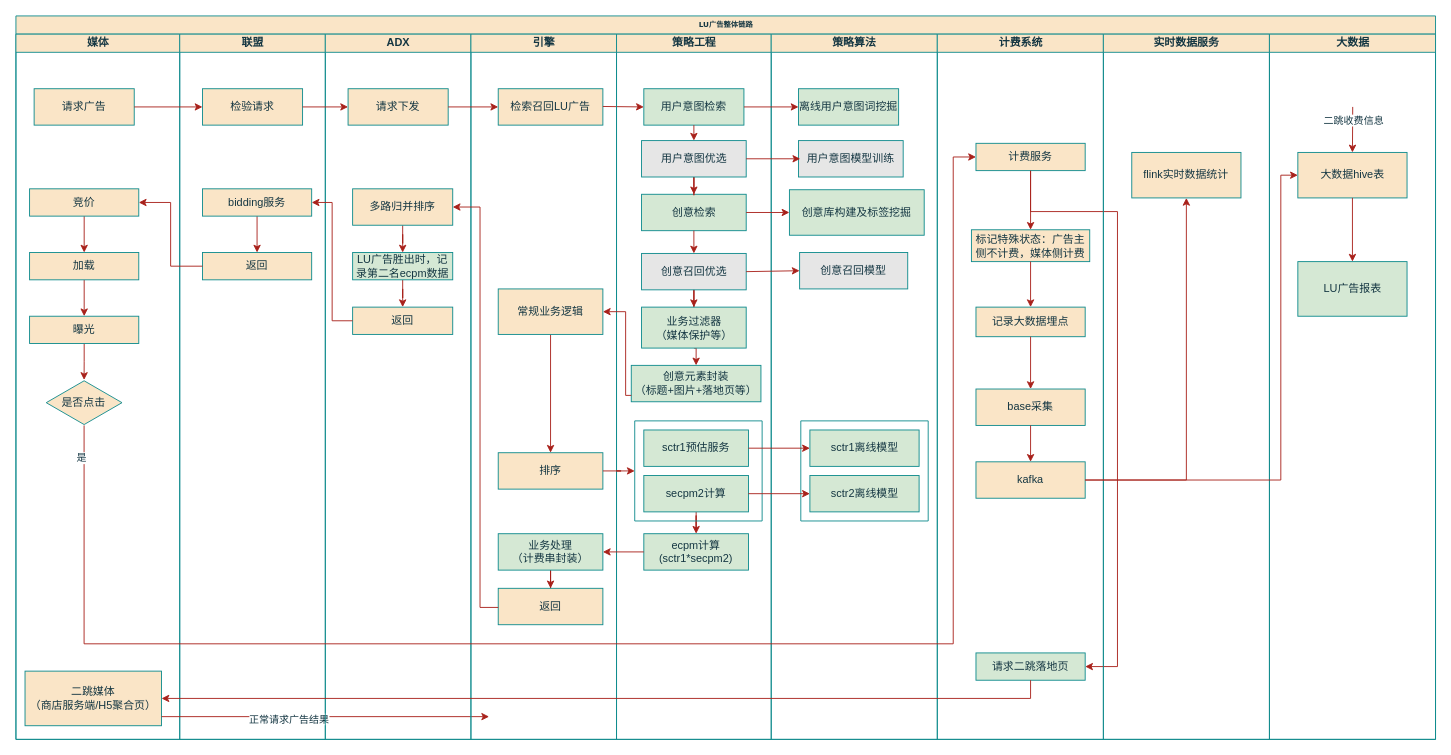
The draw.io diagram 未命名绘图.drawio in sszhaoGit/colab_test, before the edit. Source tidied: cells renumbered, new cells numbered last; positions are measured from the earlier drawing's top-left corner, leaving out a move shared by most shapes. Both pictures are drawn from the tidied source at 91%, with x=0, y=0 at pixel (15, 15).
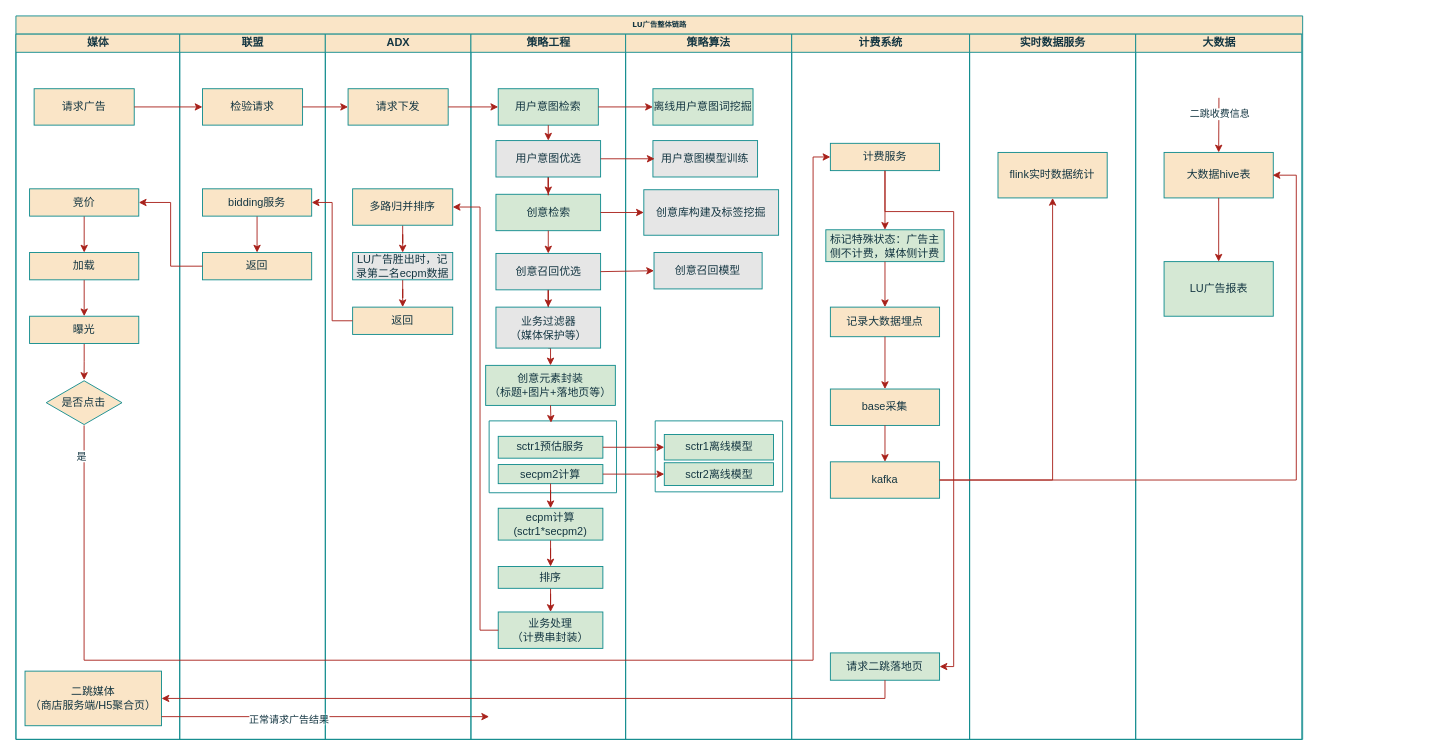
Above is the later version.

The change refers to these unchanged cells:
```xml
<mxCell id="11" value="是否点击" style="html=1;whiteSpace=wrap;shape=isoRectangle;fillColor=#FAE5C7;strokeColor=#0F8B8D;fontColor=#143642;" parent="3" vertex="1">
  <mxGeometry x="33.3" y="380" width="83.3" height="50" as="geometry" />
</mxCell>
<mxCell id="12" value="二跳媒体&lt;br&gt;（商店服务端/H5聚合页）" style="whiteSpace=wrap;html=1;rounded=0;fillColor=#FAE5C7;strokeColor=#0F8B8D;fontColor=#143642;" parent="3" vertex="1">
  <mxGeometry x="10" y="700" width="150" height="60" as="geometry" />
</mxCell>
<mxCell id="20" value="ADX" style="swimlane;html=1;startSize=20;fillColor=#FAE5C7;strokeColor=#0F8B8D;fontColor=#143642;" parent="2" vertex="1">
  <mxGeometry x="340" y="20" width="160" height="775" as="geometry" />
</mxCell>
<mxCell id="21" value="请求下发" style="rounded=0;whiteSpace=wrap;html=1;fillColor=#FAE5C7;strokeColor=#0F8B8D;fontColor=#143642;" parent="20" vertex="1">
  <mxGeometry x="25" y="60" width="110" height="40" as="geometry" />
</mxCell>
<mxCell id="23" value="多路归并排序" style="rounded=0;whiteSpace=wrap;html=1;fillColor=#FAE5C7;strokeColor=#0F8B8D;fontColor=#143642;" parent="20" vertex="1">
  <mxGeometry x="30" y="170" width="110" height="40" as="geometry" />
</mxCell>
<mxCell id="37" value="用户意图检索" style="rounded=0;whiteSpace=wrap;html=1;fillColor=#D5E8D4;strokeColor=#0F8B8D;fontColor=#143642;" parent="36" vertex="1">
  <mxGeometry x="30" y="60" width="110" height="40" as="geometry" />
</mxCell>
<mxCell id="63" value="请求二跳落地页" style="whiteSpace=wrap;html=1;rounded=0;fillColor=#D5E8D4;strokeColor=#0F8B8D;fontColor=#143642;" parent="59" vertex="1">
  <mxGeometry x="42.5" y="680" width="120" height="30" as="geometry" />
</mxCell>
<mxCell id="65" value="计费服务" style="whiteSpace=wrap;html=1;rounded=0;fillColor=#FAE5C7;strokeColor=#0F8B8D;fontColor=#143642;" parent="59" vertex="1">
  <mxGeometry x="42.5" y="120" width="120" height="30" as="geometry" />
</mxCell>
<mxCell id="67" value="kafka" style="whiteSpace=wrap;html=1;rounded=0;fillColor=#FAE5C7;strokeColor=#0F8B8D;fontColor=#143642;" parent="59" vertex="1">
  <mxGeometry x="42.5" y="470" width="120" height="40" as="geometry" />
</mxCell>
<mxCell id="88" value="大数据hive表" style="whiteSpace=wrap;html=1;rounded=0;fillColor=#FAE5C7;strokeColor=#0F8B8D;fontColor=#143642;" parent="87" vertex="1">
  <mxGeometry x="31.2" y="130" width="120" height="50" as="geometry" />
</mxCell>
```

Change to the diagram source:
```diff
@@
     <mxCell id="2" value="LU广告整体链路" style="swimlane;html=1;startSize=20;rounded=0;shadow=0;labelBackgroundColor=none;strokeWidth=1;fontFamily=Verdana;fontSize=8;align=center;fillStyle=auto;swimlaneFillColor=default;fillColor=#FAE5C7;strokeColor=#0F8B8D;fontColor=#143642;" parent="1" vertex="1">
-      <mxGeometry width="1560" height="795" as="geometry" />
+      <mxGeometry width="1414" height="795" as="geometry" />
     </mxCell>
@@
-    <mxCell id="25" value="LU广告胜出时，记录第二名ecpm数据" style="whiteSpace=wrap;html=1;rounded=0;fillColor=#D5E8D4;strokeColor=#0F8B8D;fontColor=#143642;" parent="20" vertex="1">
+    <mxCell id="25" value="LU广告胜出时，记录第二名ecpm数据" style="whiteSpace=wrap;html=1;rounded=0;fillColor=#E6E6E6;strokeColor=#0F8B8D;fontColor=#143642;" parent="20" vertex="1">
       <mxGeometry x="30" y="240" width="110" height="30" as="geometry" />
     </mxCell>
@@
-    <mxCell id="27" value="引擎" style="swimlane;html=1;startSize=20;fillColor=#FAE5C7;strokeColor=#0F8B8D;fontColor=#143642;" parent="2" vertex="1">
-      <mxGeometry x="500" y="20" width="160" height="775" as="geometry" />
-    </mxCell>
-    <mxCell id="28" style="edgeStyle=orthogonalEdgeStyle;rounded=0;jettySize=auto;html=1;entryX=0.5;entryY=0;entryDx=0;entryDy=0;labelBackgroundColor=#DAD2D8;strokeColor=#A8201A;fontColor=#143642;" parent="27" edge="1" source="29" target="31">
-      <mxGeometry relative="1" as="geometry" />
-    </mxCell>
-    <mxCell id="29" value="常规业务逻辑" style="whiteSpace=wrap;html=1;rounded=0;fillColor=#FAE5C7;strokeColor=#0F8B8D;fontColor=#143642;" parent="27" vertex="1">
-      <mxGeometry x="30" y="280" width="115" height="50" as="geometry" />
-    </mxCell>
-    <mxCell id="30" value="检索召回LU广告" style="whiteSpace=wrap;html=1;rounded=0;fillColor=#FAE5C7;strokeColor=#0F8B8D;fontColor=#143642;" parent="27" vertex="1">
-      <mxGeometry x="30" y="60" width="115" height="40" as="geometry" />
-    </mxCell>
-    <mxCell id="31" value="排序" style="whiteSpace=wrap;html=1;rounded=0;fillColor=#FAE5C7;strokeColor=#0F8B8D;fontColor=#143642;" parent="27" vertex="1">
-      <mxGeometry x="30" y="460" width="115" height="40" as="geometry" />
-    </mxCell>
-    <mxCell id="32" style="endArrow=classic;html=1;rounded=0;exitX=1;exitY=0.5;exitDx=0;exitDy=0;entryX=0;entryY=0.5;entryDx=0;entryDy=0;labelBackgroundColor=#DAD2D8;strokeColor=#A8201A;fontColor=#143642;" parent="27" edge="1" target="37">
-      <mxGeometry relative="1" as="geometry">
-        <mxPoint x="145" y="79.5" as="sourcePoint" />
-      </mxGeometry>
-    </mxCell>
-    <mxCell id="33" style="edgeStyle=orthogonalEdgeStyle;rounded=0;jettySize=auto;html=1;labelBackgroundColor=#DAD2D8;strokeColor=#A8201A;fontColor=#143642;" parent="27" edge="1" source="34" target="35">
-      <mxGeometry relative="1" as="geometry" />
-    </mxCell>
-    <mxCell id="34" value="业务处理&lt;br&gt;（计费串封装）" style="whiteSpace=wrap;html=1;rounded=0;fillColor=#D5E8D4;strokeColor=#0F8B8D;fontColor=#143642;" parent="27" vertex="1">
-      <mxGeometry x="30" y="549" width="115" height="40" as="geometry" />
-    </mxCell>
-    <mxCell id="35" value="返回" style="whiteSpace=wrap;html=1;rounded=0;fillColor=#FAE5C7;strokeColor=#0F8B8D;fontColor=#143642;" parent="27" vertex="1">
-      <mxGeometry x="30" y="609" width="115" height="40" as="geometry" />
-    </mxCell>
     <mxCell id="36" value="策略工程" style="swimlane;html=1;startSize=20;fillColor=#FAE5C7;strokeColor=#0F8B8D;fontColor=#143642;" parent="2" vertex="1">
-      <mxGeometry x="660" y="20" width="170" height="775" as="geometry" />
+      <mxGeometry x="500" y="20" width="170" height="775" as="geometry" />
     </mxCell>
@@
     <mxCell id="43" value="创意元素封装&lt;br&gt;（标题+图片+落地页等）" style="whiteSpace=wrap;html=1;rounded=0;fillColor=#D5E8D4;strokeColor=#0F8B8D;fontColor=#143642;" parent="36" vertex="1">
-      <mxGeometry x="16.2" y="364" width="142.5" height="40" as="geometry" />
+      <mxGeometry x="16.2" y="364" width="142.5" height="44" as="geometry" />
     </mxCell>
-    <mxCell id="44" style="edgeStyle=orthogonalEdgeStyle;rounded=0;jettySize=auto;html=1;entryX=0.5;entryY=0;entryDx=0;entryDy=0;labelBackgroundColor=#DAD2D8;strokeColor=#A8201A;fontColor=#143642;" parent="36" edge="1" source="45" target="46">
-      <mxGeometry relative="1" as="geometry" />
-    </mxCell>
-    <mxCell id="45" value="secpm2计算" style="whiteSpace=wrap;html=1;rounded=0;fillColor=#D5E8D4;strokeColor=#0F8B8D;fontColor=#143642;" parent="36" vertex="1">
-      <mxGeometry x="30" y="485" width="115" height="40" as="geometry" />
-    </mxCell>
+    <mxCell id="101" style="edgeStyle=orthogonalEdgeStyle;rounded=0;jettySize=auto;html=1;entryX=0.5;entryY=0;entryDx=0;entryDy=0;strokeColor=#A8201A;fontColor=#143642;fillColor=#FAE5C7;" parent="36" edge="1" source="46" target="31">
+      <mxGeometry relative="1" as="geometry" />
+    </mxCell>
     <mxCell id="46" value="ecpm计算&lt;br&gt;(sctr1*secpm2)" style="whiteSpace=wrap;html=1;rounded=0;fillColor=#D5E8D4;strokeColor=#0F8B8D;fontColor=#143642;" parent="36" vertex="1">
-      <mxGeometry x="30" y="549" width="115" height="40" as="geometry" />
+      <mxGeometry x="30" y="521" width="115" height="35" as="geometry" />
     </mxCell>
     <mxCell id="47" value="sctr1预估服务" style="whiteSpace=wrap;html=1;rounded=0;fillColor=#D5E8D4;strokeColor=#0F8B8D;fontColor=#143642;" parent="36" vertex="1">
-      <mxGeometry x="30" y="435" width="115" height="40" as="geometry" />
+      <mxGeometry x="30" y="442" width="115" height="24" as="geometry" />
     </mxCell>
@@
-    <mxCell id="51" value="业务过滤器&lt;br&gt;（媒体保护等）" style="whiteSpace=wrap;html=1;rounded=0;fillColor=#D5E8D4;strokeColor=#0F8B8D;fontColor=#143642;" parent="36" vertex="1">
+    <mxCell id="51" value="业务过滤器&lt;br&gt;（媒体保护等）" style="whiteSpace=wrap;html=1;rounded=0;fillColor=#E6E6E6;strokeColor=#0F8B8D;fontColor=#143642;" parent="36" vertex="1">
       <mxGeometry x="27.5" y="300" width="115" height="45" as="geometry" />
     </mxCell>
+    <mxCell id="102" style="edgeStyle=orthogonalEdgeStyle;rounded=0;jettySize=auto;html=1;strokeColor=#A8201A;fontColor=#143642;fillColor=#FAE5C7;entryX=0.5;entryY=0;entryDx=0;entryDy=0;entryPerimeter=0;" parent="36" edge="1" source="31" target="34">
+      <mxGeometry relative="1" as="geometry" />
+    </mxCell>
+    <mxCell id="31" value="排序" style="whiteSpace=wrap;html=1;rounded=0;fillColor=#D5E8D4;strokeColor=#0F8B8D;fontColor=#143642;" parent="36" vertex="1">
+      <mxGeometry x="30" y="585" width="115" height="24" as="geometry" />
+    </mxCell>
+    <mxCell id="34" value="业务处理&lt;br&gt;（计费串封装）" style="whiteSpace=wrap;html=1;rounded=0;fillColor=#D5E8D4;strokeColor=#0F8B8D;fontColor=#143642;" parent="36" vertex="1">
+      <mxGeometry x="30" y="635" width="115" height="40" as="geometry" />
+    </mxCell>
     <mxCell id="52" value="策略算法" style="swimlane;html=1;startSize=20;fillColor=#FAE5C7;strokeColor=#0F8B8D;fontColor=#143642;" parent="2" vertex="1">
-      <mxGeometry x="830" y="20" width="182.5" height="775" as="geometry" />
+      <mxGeometry x="670" y="20" width="182.5" height="775" as="geometry" />
     </mxCell>
@@
-    <mxCell id="55" value="创意库构建及标签挖掘" style="whiteSpace=wrap;html=1;rounded=0;fillColor=#D5E8D4;strokeColor=#0F8B8D;fontColor=#143642;" parent="52" vertex="1">
+    <mxCell id="55" value="创意库构建及标签挖掘" style="whiteSpace=wrap;html=1;rounded=0;fillColor=#E6E6E6;strokeColor=#0F8B8D;fontColor=#143642;" parent="52" vertex="1">
       <mxGeometry x="20" y="171" width="148.1" height="50" as="geometry" />
     </mxCell>
@@
     <mxCell id="58" style="swimlane;startSize=0;fillColor=#FAE5C7;strokeColor=#0F8B8D;fontColor=#143642;" parent="52" vertex="1">
-      <mxGeometry x="-150" y="425" width="140" height="110" as="geometry" />
+      <mxGeometry x="-150" y="425" width="140" height="79" as="geometry" />
     </mxCell>
+    <mxCell id="45" value="secpm2计算" style="whiteSpace=wrap;html=1;rounded=0;fillColor=#D5E8D4;strokeColor=#0F8B8D;fontColor=#143642;" parent="58" vertex="1">
+      <mxGeometry x="10" y="48" width="115" height="21" as="geometry" />
+    </mxCell>
     <mxCell id="59" value="计费系统" style="swimlane;html=1;startSize=20;fillColor=#FAE5C7;strokeColor=#0F8B8D;fontColor=#143642;" parent="2" vertex="1">
-      <mxGeometry x="1012.5" y="20" width="182.5" height="775" as="geometry" />
+      <mxGeometry x="852.5" y="20" width="195.5" height="775" as="geometry" />
     </mxCell>
     <mxCell id="60" style="swimlane;startSize=0;fillColor=#FAE5C7;strokeColor=#0F8B8D;fontColor=#143642;" parent="59" vertex="1">
-      <mxGeometry x="-150" y="425" width="140" height="110" as="geometry" />
+      <mxGeometry x="-150" y="425" width="140" height="78" as="geometry" />
     </mxCell>
     <mxCell id="61" value="sctr1离线模型" style="whiteSpace=wrap;html=1;rounded=0;fillColor=#D5E8D4;strokeColor=#0F8B8D;fontColor=#143642;" parent="60" vertex="1">
-      <mxGeometry x="10" y="10" width="120" height="40" as="geometry" />
+      <mxGeometry x="10" y="15" width="120" height="28" as="geometry" />
     </mxCell>
     <mxCell id="62" value="sctr2离线模型" style="whiteSpace=wrap;html=1;rounded=0;fillColor=#D5E8D4;strokeColor=#0F8B8D;fontColor=#143642;" parent="60" vertex="1">
-      <mxGeometry x="10" y="60" width="120" height="40" as="geometry" />
+      <mxGeometry x="10" y="46" width="120" height="25" as="geometry" />
     </mxCell>
+    <mxCell id="103" style="edgeStyle=orthogonalEdgeStyle;rounded=0;orthogonalLoop=1;jettySize=auto;html=1;exitX=0.5;exitY=1;exitDx=0;exitDy=0;strokeColor=#A8201A;fontColor=#143642;fillColor=#FAE5C7;" parent="60" edge="1" source="61" target="61">
+      <mxGeometry relative="1" as="geometry" />
+    </mxCell>
@@
     <mxCell id="64" style="edgeStyle=orthogonalEdgeStyle;rounded=0;jettySize=auto;html=1;entryX=1;entryY=0.5;entryDx=0;entryDy=0;labelBackgroundColor=#DAD2D8;strokeColor=#A8201A;fontColor=#143642;" parent="59" edge="1" source="65" target="63">
       <mxGeometry relative="1" as="geometry">
         <Array as="points">
-          <mxPoint x="198" y="195" />
-          <mxPoint x="198" y="695" />
+          <mxPoint x="103" y="195" />
+          <mxPoint x="178" y="195" />
+          <mxPoint x="178" y="695" />
         </Array>
       </mxGeometry>
     </mxCell>
@@
-    <mxCell id="71" value="标记特殊状态：广告主侧不计费，媒体侧计费" style="whiteSpace=wrap;html=1;rounded=0;fillColor=#FAE5C7;strokeColor=#0F8B8D;fontColor=#143642;" parent="59" vertex="1">
+    <mxCell id="71" value="标记特殊状态：广告主侧不计费，媒体侧计费" style="whiteSpace=wrap;html=1;rounded=0;fillColor=#D5E8D4;strokeColor=#0F8B8D;fontColor=#143642;" parent="59" vertex="1">
       <mxGeometry x="37.5" y="215" width="130" height="35" as="geometry" />
     </mxCell>
@@
-    <mxCell id="75" style="endArrow=classic;html=1;rounded=0;exitX=1;exitY=0.5;exitDx=0;exitDy=0;entryX=0;entryY=0.5;entryDx=0;entryDy=0;labelBackgroundColor=#DAD2D8;strokeColor=#A8201A;fontColor=#143642;" parent="2" edge="1" source="21" target="30">
-      <mxGeometry relative="1" as="geometry" />
+    <mxCell id="75" style="endArrow=classic;html=1;rounded=0;exitX=1;exitY=0.5;exitDx=0;exitDy=0;entryX=0;entryY=0.5;entryDx=0;entryDy=0;labelBackgroundColor=#DAD2D8;strokeColor=#A8201A;fontColor=#143642;" parent="2" edge="1" source="21">
+      <mxGeometry relative="1" as="geometry">
+        <mxPoint x="530" y="100" as="targetPoint" />
+      </mxGeometry>
     </mxCell>
@@
-    <mxCell id="82" style="edgeStyle=orthogonalEdgeStyle;rounded=0;jettySize=auto;html=1;entryX=0;entryY=0.5;entryDx=0;entryDy=0;labelBackgroundColor=#DAD2D8;strokeColor=#A8201A;fontColor=#143642;" parent="2" edge="1" source="31" target="58">
-      <mxGeometry relative="1" as="geometry" />
-    </mxCell>
-    <mxCell id="83" style="edgeStyle=orthogonalEdgeStyle;rounded=0;jettySize=auto;html=1;entryX=1;entryY=0.5;entryDx=0;entryDy=0;labelBackgroundColor=#DAD2D8;strokeColor=#A8201A;fontColor=#143642;" parent="2" edge="1" source="46" target="34">
-      <mxGeometry relative="1" as="geometry" />
-    </mxCell>
-    <mxCell id="84" style="edgeStyle=orthogonalEdgeStyle;rounded=0;jettySize=auto;html=1;entryX=1;entryY=0.5;entryDx=0;entryDy=0;labelBackgroundColor=#DAD2D8;strokeColor=#A8201A;fontColor=#143642;" parent="2" edge="1" source="35" target="23">
+    <mxCell id="84" style="edgeStyle=orthogonalEdgeStyle;rounded=0;jettySize=auto;html=1;entryX=1;entryY=0.5;entryDx=0;entryDy=0;labelBackgroundColor=#DAD2D8;strokeColor=#A8201A;fontColor=#143642;exitX=0;exitY=0.5;exitDx=0;exitDy=0;" parent="2" edge="1" source="34" target="23">
       <mxGeometry relative="1" as="geometry">
         <Array as="points">
-          <mxPoint x="510" y="650" />
+          <mxPoint x="510" y="675" />
           <mxPoint x="510" y="210" />
         </Array>
       </mxGeometry>
     </mxCell>
     <mxCell id="85" value="实时数据服务" style="swimlane;html=1;startSize=20;fillColor=#FAE5C7;strokeColor=#0F8B8D;fontColor=#143642;" parent="2" vertex="1">
-      <mxGeometry x="1195" y="20" width="182.5" height="775" as="geometry" />
+      <mxGeometry x="1048" y="20" width="182.5" height="775" as="geometry" />
     </mxCell>
@@
     <mxCell id="87" value="大数据" style="swimlane;html=1;startSize=20;fillColor=#FAE5C7;strokeColor=#0F8B8D;fontColor=#143642;" parent="2" vertex="1">
-      <mxGeometry x="1377.5" y="20" width="182.5" height="775" as="geometry" />
+      <mxGeometry x="1230.5" y="20" width="182.5" height="775" as="geometry" />
     </mxCell>
@@
-    <mxCell id="92" style="edgeStyle=orthogonalEdgeStyle;rounded=0;jettySize=auto;html=1;entryX=1;entryY=0.5;entryDx=0;entryDy=0;labelBackgroundColor=#DAD2D8;strokeColor=#A8201A;fontColor=#143642;" parent="2" edge="1" source="43" target="29">
-      <mxGeometry relative="1" as="geometry">
-        <Array as="points">
-          <mxPoint x="670" y="417" />
-          <mxPoint x="670" y="325" />
-        </Array>
-      </mxGeometry>
-    </mxCell>
@@
-    <mxCell id="94" style="edgeStyle=orthogonalEdgeStyle;rounded=0;jettySize=auto;html=1;entryX=0;entryY=0.5;entryDx=0;entryDy=0;labelBackgroundColor=#DAD2D8;strokeColor=#A8201A;fontColor=#143642;" parent="2" edge="1" source="67" target="88">
+    <mxCell id="94" style="edgeStyle=orthogonalEdgeStyle;rounded=0;jettySize=auto;html=1;labelBackgroundColor=#DAD2D8;strokeColor=#A8201A;fontColor=#143642;" parent="2" edge="1" source="67">
       <mxGeometry relative="1" as="geometry">
+        <mxPoint x="1381" y="175" as="targetPoint" />
         <Array as="points">
-          <mxPoint x="1390" y="510" />
-          <mxPoint x="1390" y="175" />
+          <mxPoint x="1407" y="510" />
+          <mxPoint x="1407" y="175" />
         </Array>
       </mxGeometry>
     </mxCell>
     <mxCell id="95" style="edgeStyle=orthogonalEdgeStyle;rounded=0;jettySize=auto;html=1;entryX=0;entryY=0.5;entryDx=0;entryDy=0;labelBackgroundColor=#DAD2D8;strokeColor=#A8201A;fontColor=#143642;" parent="2" edge="1" source="11" target="65">
       <mxGeometry relative="1" as="geometry">
         <Array as="points">
-          <mxPoint x="75" y="690" />
-          <mxPoint x="1030" y="690" />
-          <mxPoint x="1030" y="155" />
+          <mxPoint x="75" y="708" />
+          <mxPoint x="876" y="708" />
+          <mxPoint x="876" y="155" />
         </Array>
       </mxGeometry>
     </mxCell>
@@
     <mxCell id="97" style="edgeStyle=orthogonalEdgeStyle;rounded=0;jettySize=auto;html=1;entryX=1;entryY=0.5;entryDx=0;entryDy=0;labelBackgroundColor=#DAD2D8;strokeColor=#A8201A;fontColor=#143642;" parent="2" edge="1" source="63" target="12">
       <mxGeometry relative="1" as="geometry">
         <Array as="points">
-          <mxPoint x="1115" y="750" />
+          <mxPoint x="955" y="750" />
         </Array>
       </mxGeometry>
     </mxCell>
@@
+    <mxCell id="28" style="edgeStyle=orthogonalEdgeStyle;rounded=0;jettySize=auto;html=1;labelBackgroundColor=#DAD2D8;strokeColor=#A8201A;fontColor=#143642;exitX=0.5;exitY=1;exitDx=0;exitDy=0;" parent="2" edge="1" source="43">
+      <mxGeometry relative="1" as="geometry">
+        <mxPoint x="588" y="447" as="targetPoint" />
+      </mxGeometry>
+    </mxCell>
+    <mxCell id="44" style="edgeStyle=orthogonalEdgeStyle;rounded=0;jettySize=auto;html=1;entryX=0.5;entryY=0;entryDx=0;entryDy=0;labelBackgroundColor=#DAD2D8;strokeColor=#A8201A;fontColor=#143642;" parent="2" edge="1" source="45" target="46">
+      <mxGeometry relative="1" as="geometry" />
+    </mxCell>
     <mxCell id="99" style="endArrow=classic;html=1;rounded=0;entryX=0.5;entryY=0;entryDx=0;entryDy=0;labelBackgroundColor=#DAD2D8;strokeColor=#A8201A;fontColor=#143642;" parent="1" edge="1" target="88">
       <mxGeometry relative="1" as="geometry">
-        <mxPoint x="1469" y="100" as="sourcePoint" />
+        <mxPoint x="1322" y="90" as="sourcePoint" />
       </mxGeometry>
     </mxCell>
```
